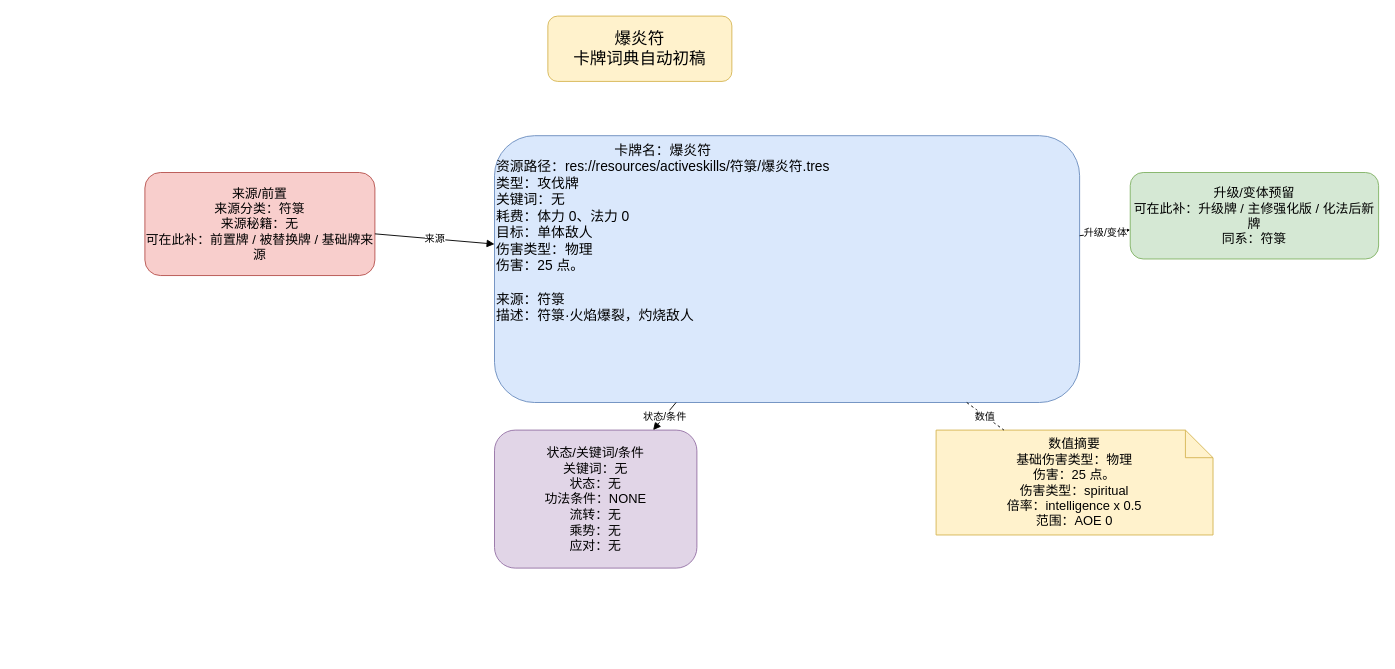
ankundanetracyc-spec/tian-guan-you-du keeps this draw.io diagram as page "爆炎符" (1 of 2) of docs/卡牌词典/符箓/爆炎符.drawio. Above is the earlier version. Source tidied: cells renumbered, new cells numbered last; positions are measured from the earlier drawing's top-left corner, leaving out a move shared by most shapes. Both pictures are drawn from the tidied source at 92%, with x=0, y=0 at pixel (144, 16).
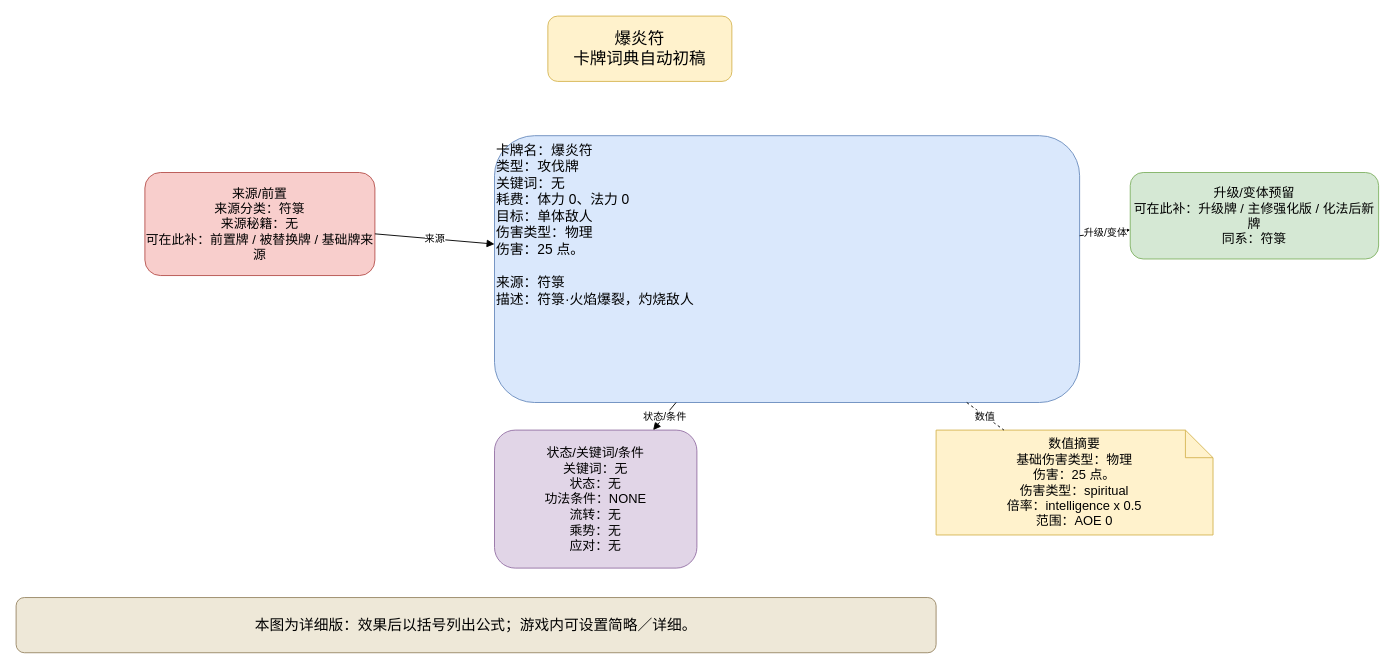
After the change.

Change to the diagram source:
```diff
@@
 <mxGraphModel>
   <root>
     <mxCell id="0" />
     <mxCell id="1" parent="0" />
     <mxCell id="2" value="爆炎符&#10;卡牌词典自动初稿" style="rounded=1;whiteSpace=wrap;html=1;fillColor=#fff2cc;strokeColor=#d6b656;fontSize=18;" parent="1" vertex="1">
       <mxGeometry x="438" width="200" height="71" as="geometry" />
     </mxCell>
-    <mxCell id="3" value="&lt;div style=&quot;text-align:center;&quot;&gt;卡牌名：爆炎符&lt;/div&gt;&lt;div style=&quot;text-align:left;&quot;&gt;资源路径：res://resources/activeskills/符箓/爆炎符.tres&lt;br&gt;类型：攻伐牌&lt;br&gt;关键词：无&lt;br&gt;耗费：体力 0、法力 0&lt;br&gt;目标：单体敌人&lt;br&gt;伤害类型：物理&lt;br&gt;伤害：25 点。&lt;/div&gt;&lt;br&gt;来源：符箓&lt;br&gt;描述：符箓·火焰爆裂，灼烧敌人" style="rounded=1;whiteSpace=wrap;html=1;fillColor=#dae8fc;strokeColor=#6c8ebf;fontSize=15;align=left;verticalAlign=top;" parent="1" vertex="1">
+    <mxCell id="3" value="卡牌名：爆炎符&#10;类型：攻伐牌&#10;关键词：无&#10;耗费：体力 0、法力 0&#10;目标：单体敌人&#10;伤害类型：物理&#10;伤害：25 点。&#10;&#10;来源：符箓&#10;描述：符箓·火焰爆裂，灼烧敌人" style="rounded=1;whiteSpace=wrap;html=1;fillColor=#dae8fc;strokeColor=#6c8ebf;fontSize=15;align=left;verticalAlign=top;" parent="1" vertex="1">
       <mxGeometry x="380" y="130" width="636" height="290" as="geometry" />
     </mxCell>
     <mxCell id="4" value="来源/前置&#10;来源分类：符箓&#10;来源秘籍：无&#10;可在此补：前置牌 / 被替换牌 / 基础牌来源" style="rounded=1;whiteSpace=wrap;html=1;fillColor=#f8cecc;strokeColor=#b85450;fontSize=14;" parent="1" vertex="1">
       <mxGeometry y="170" width="250" height="112" as="geometry" />
     </mxCell>
     <mxCell id="5" value="升级/变体预留&#10;可在此补：升级牌 / 主修强化版 / 化法后新牌&#10;同系：符箓" style="rounded=1;whiteSpace=wrap;html=1;fillColor=#d5e8d4;strokeColor=#82b366;fontSize=14;" parent="1" vertex="1">
       <mxGeometry x="1071" y="170" width="270" height="94" as="geometry" />
     </mxCell>
     <mxCell id="6" value="状态/关键词/条件&#10;关键词：无&#10;状态：无&#10;功法条件：NONE&#10;流转：无&#10;乘势：无&#10;应对：无" style="rounded=1;whiteSpace=wrap;html=1;fillColor=#e1d5e7;strokeColor=#9673a6;fontSize=14;" parent="1" vertex="1">
       <mxGeometry x="380" y="450" width="220" height="150" as="geometry" />
     </mxCell>
     <mxCell id="7" value="数值摘要&lt;br&gt;基础伤害类型：物理&lt;br&gt;伤害：25 点。&lt;br&gt;伤害类型：spiritual&lt;br&gt;倍率：intelligence x 0.5&lt;br&gt;范围：AOE 0" style="shape=note;whiteSpace=wrap;html=1;fillColor=#fff2cc;strokeColor=#d6b656;fontSize=14;" parent="1" vertex="1">
       <mxGeometry x="860" y="450" width="301" height="114" as="geometry" />
     </mxCell>
     <mxCell id="8" value="来源" style="endArrow=block;html=1;rounded=0;" parent="1" edge="1" source="4" target="3">
       <mxGeometry relative="1" as="geometry" />
     </mxCell>
     <mxCell id="9" value="升级/变体" style="endArrow=block;html=1;rounded=0;" parent="1" edge="1" source="3" target="5">
       <mxGeometry relative="1" as="geometry" />
     </mxCell>
     <mxCell id="10" value="状态/条件" style="endArrow=block;html=1;rounded=0;" parent="1" edge="1" source="3" target="6">
       <mxGeometry relative="1" as="geometry" />
     </mxCell>
     <mxCell id="11" value="数值" style="endArrow=none;dashed=1;html=1;" parent="1" edge="1" source="3" target="7">
       <mxGeometry relative="1" as="geometry" />
     </mxCell>
+    <mxCell id="12" value="本图为详细版：效果后以括号列出公式；游戏内可设置简略／详细。" style="rounded=1;whiteSpace=wrap;html=1;fillColor=#eee8d8;strokeColor=#9a8967;fontSize=16;" parent="1" vertex="1">
+      <mxGeometry x="-140" y="632" width="1000" height="60" as="geometry" />
+    </mxCell>
   </root>
 </mxGraphModel>
```
